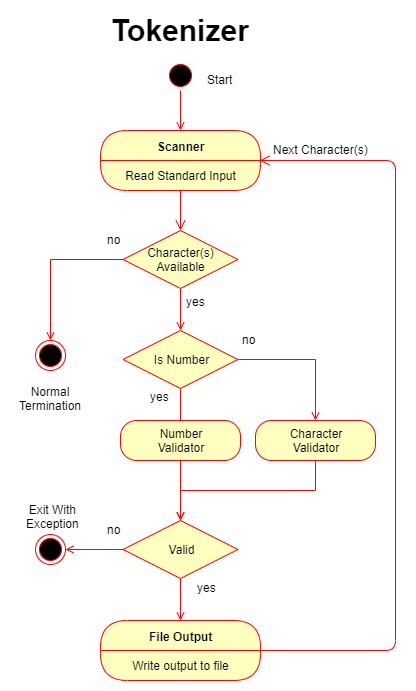
Above: Documentation/Tokenizer-Flow.png in Coperh/CalculatorProject (draw.io), before the change. Source tidied: cells renumbered, new cells last; positions are measured from the earlier drawing's top-left corner, leaving out a move shared by most shapes.
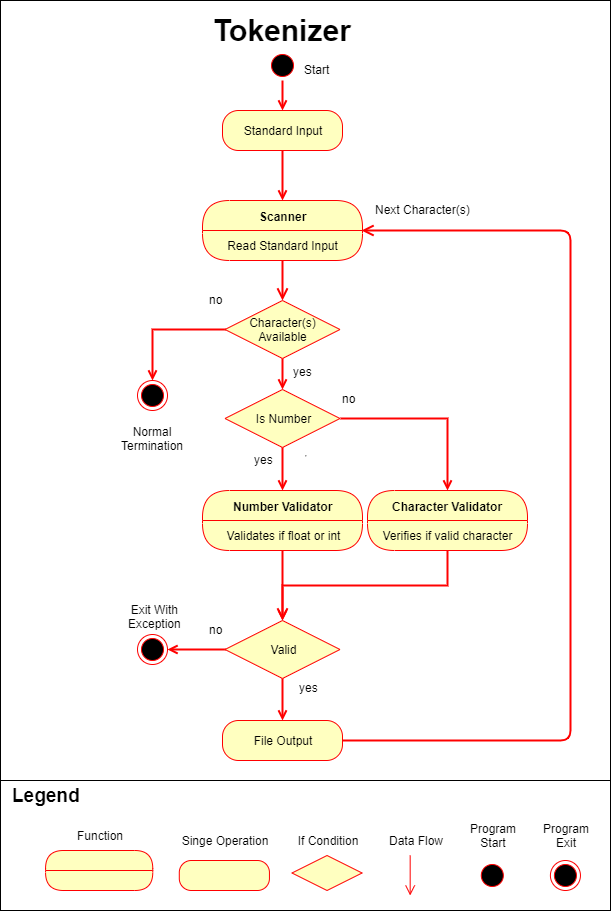
After the commit.

Commit message:
Updated Documentation Documentation now includes new diagrams, labeled diagrams and numbered pages. Requirements are now number and have been changed.

Change to the diagram source:
```diff
@@ -2,19 +2,22 @@
   <root>
     <mxCell id="0" />
     <mxCell id="1" parent="0" />
-    <mxCell id="2" style="edgeStyle=orthogonalEdgeStyle;rounded=0;jettySize=auto;html=1;exitX=0.5;exitY=1;exitDx=0;exitDy=0;entryX=0.5;entryY=0;entryDx=0;entryDy=0;startArrow=none;startFill=0;endArrow=open;endFill=0;strokeColor=#FF0000;" parent="1" edge="1" source="3" target="4">
-      <mxGeometry relative="1" as="geometry" />
-    </mxCell>
-    <mxCell id="3" style="ellipse;html=1;shape=startState;fillColor=#000000;strokeColor=#ff0000;" parent="1" vertex="1">
-      <mxGeometry x="155" y="50" width="30" height="30" as="geometry" />
-    </mxCell>
+    <mxCell id="35" value="&lt;hr&gt;" style="rounded=0;whiteSpace=wrap;html=1;" parent="1" vertex="1">
+      <mxGeometry x="-112" y="-50" width="610" height="910" as="geometry" />
+    </mxCell>
+    <mxCell id="36" style="edgeStyle=orthogonalEdgeStyle;rounded=0;jettySize=auto;html=1;exitX=0.5;exitY=1;exitDx=0;exitDy=0;strokeColor=#FF0000;strokeWidth=2;endArrow=open;endFill=0;" parent="1" edge="1" source="37" target="51">
+      <mxGeometry relative="1" as="geometry" />
+    </mxCell>
+    <mxCell id="37" style="ellipse;html=1;shape=startState;fillColor=#000000;strokeColor=#ff0000;" parent="1" vertex="1">
+      <mxGeometry x="155" width="30" height="30" as="geometry" />
+    </mxCell>
     <mxCell id="4" value="Scanner" style="swimlane;html=1;fontStyle=1;align=center;verticalAlign=middle;horizontal=1;startSize=30;fontColor=#000000;rounded=1;arcSize=30;strokeColor=#ff0000;fillColor=#ffffc0;swimlaneFillColor=#ffffc0;" parent="1" vertex="1">
-      <mxGeometry x="90" y="120" width="160" height="60" as="geometry" />
+      <mxGeometry x="90" y="150" width="160" height="60" as="geometry" />
     </mxCell>
     <mxCell id="5" value="Read Standard Input" style="text;html=1;strokeColor=none;fillColor=none;align=center;verticalAlign=middle;spacingLeft=4;spacingRight=4;whiteSpace=wrap;overflow=hidden;fontColor=#000000;" parent="4" vertex="1">
       <mxGeometry y="30" width="160" height="30" as="geometry" />
     </mxCell>
-    <mxCell id="6" style="edgeStyle=orthogonalEdgeStyle;rounded=0;jettySize=auto;html=1;exitX=0;exitY=0.5;exitDx=0;exitDy=0;startArrow=none;startFill=0;endArrow=open;endFill=0;strokeColor=#FF0000;entryX=0.5;entryY=0;entryDx=0;entryDy=0;" parent="1" edge="1" source="9" target="23">
+    <mxCell id="6" style="edgeStyle=orthogonalEdgeStyle;rounded=0;jettySize=auto;html=1;exitX=0;exitY=0.5;exitDx=0;exitDy=0;startArrow=none;startFill=0;endArrow=open;endFill=0;strokeColor=#FF0000;entryX=0.5;entryY=0;entryDx=0;entryDy=0;strokeWidth=2;" parent="1" edge="1" source="9" target="23">
       <mxGeometry relative="1" as="geometry" />
     </mxCell>
     <mxCell id="7" value="yes" style="text;html=1;align=center;verticalAlign=middle;labelBackgroundColor=#ffffff;" parent="6" vertex="1">
@@ -22,91 +25,154 @@
         <mxPoint x="96" y="38" as="offset" />
       </mxGeometry>
     </mxCell>
-    <mxCell id="8" style="edgeStyle=orthogonalEdgeStyle;rounded=0;jettySize=auto;html=1;exitX=0.5;exitY=1;exitDx=0;exitDy=0;entryX=0.5;entryY=0;entryDx=0;entryDy=0;startArrow=none;startFill=0;endArrow=open;endFill=0;strokeColor=#FF0000;" parent="1" edge="1" source="9" target="13">
+    <mxCell id="8" style="edgeStyle=orthogonalEdgeStyle;rounded=0;jettySize=auto;html=1;exitX=0.5;exitY=1;exitDx=0;exitDy=0;entryX=0.5;entryY=0;entryDx=0;entryDy=0;startArrow=none;startFill=0;endArrow=open;endFill=0;strokeColor=#FF0000;strokeWidth=2;" parent="1" edge="1" source="9" target="13">
       <mxGeometry relative="1" as="geometry" />
     </mxCell>
     <mxCell id="9" value="Character(s)&lt;br&gt;Available" style="rhombus;whiteSpace=wrap;html=1;fillColor=#ffffc0;strokeColor=#ff0000;" parent="1" vertex="1">
-      <mxGeometry x="112.5" y="220" width="115" height="58" as="geometry" />
+      <mxGeometry x="112.5" y="250" width="115" height="58" as="geometry" />
     </mxCell>
-    <mxCell id="10" style="edgeStyle=orthogonalEdgeStyle;html=1;verticalAlign=bottom;endArrow=open;endSize=8;strokeColor=#ff0000;exitX=0.5;exitY=1;exitDx=0;exitDy=0;" parent="1" edge="1" source="5" target="9">
+    <mxCell id="10" style="edgeStyle=orthogonalEdgeStyle;html=1;verticalAlign=bottom;endArrow=open;endSize=8;strokeColor=#ff0000;exitX=0.5;exitY=1;exitDx=0;exitDy=0;strokeWidth=2;" parent="1" edge="1" source="5" target="9">
       <mxGeometry relative="1" as="geometry" />
     </mxCell>
+    <mxCell id="38" style="edgeStyle=orthogonalEdgeStyle;rounded=0;jettySize=auto;html=1;exitX=0.5;exitY=1;exitDx=0;exitDy=0;entryX=0.5;entryY=0;entryDx=0;entryDy=0;strokeColor=#FF0000;strokeWidth=2;endArrow=open;endFill=0;" parent="1" edge="1" source="13" target="18">
+      <mxGeometry relative="1" as="geometry" />
+    </mxCell>
-    <mxCell id="11" style="edgeStyle=orthogonalEdgeStyle;rounded=0;jettySize=auto;html=1;exitX=1;exitY=0.5;exitDx=0;exitDy=0;startArrow=none;startFill=0;endArrow=open;endFill=0;strokeColor=#FF0000;entryX=0.5;entryY=0;entryDx=0;entryDy=0;" parent="1" edge="1" source="13" target="17">
+    <mxCell id="11" style="edgeStyle=orthogonalEdgeStyle;rounded=0;jettySize=auto;html=1;exitX=1;exitY=0.5;exitDx=0;exitDy=0;strokeColor=#FF0000;strokeWidth=2;endArrow=open;endFill=0;" parent="1" edge="1" source="13" target="17">
       <mxGeometry relative="1" as="geometry" />
     </mxCell>
-    <mxCell id="12" style="edgeStyle=orthogonalEdgeStyle;rounded=0;jettySize=auto;html=1;exitX=0.5;exitY=1;exitDx=0;exitDy=0;startArrow=none;startFill=0;endArrow=open;endFill=0;strokeColor=#FF0000;entryX=0.5;entryY=0;entryDx=0;entryDy=0;" parent="1" edge="1" source="13" target="21">
-      <mxGeometry relative="1" as="geometry" />
-    </mxCell>
     <mxCell id="13" value="Is Number" style="rhombus;whiteSpace=wrap;html=1;fillColor=#ffffc0;strokeColor=#ff0000;" parent="1" vertex="1">
-      <mxGeometry x="112.5" y="320" width="115" height="58" as="geometry" />
+      <mxGeometry x="112.5" y="339" width="115" height="58" as="geometry" />
     </mxCell>
-    <mxCell id="14" value="no" style="text;html=1;align=left;verticalAlign=top;spacingTop=-4;" parent="1" vertex="1">
-      <mxGeometry x="95" y="220" width="30" height="20" as="geometry" />
-    </mxCell>
-    <mxCell id="15" value="yes" style="text;html=1;align=left;verticalAlign=top;spacingTop=-4;" parent="1" vertex="1">
-      <mxGeometry x="138" y="377" width="30" height="20" as="geometry" />
-    </mxCell>
-    <mxCell id="16" style="edgeStyle=orthogonalEdgeStyle;rounded=0;jettySize=auto;html=1;exitX=0.5;exitY=1;exitDx=0;exitDy=0;entryX=0.5;entryY=0;entryDx=0;entryDy=0;startArrow=none;startFill=0;endArrow=open;endFill=0;strokeColor=#FF0000;" parent="1" edge="1" source="17" target="21">
-      <mxGeometry relative="1" as="geometry" />
-    </mxCell>
-    <mxCell id="17" value="Character&lt;br&gt;Validator" style="rounded=1;whiteSpace=wrap;html=1;arcSize=40;fontColor=#000000;fillColor=#ffffc0;strokeColor=#ff0000;" parent="1" vertex="1">
-      <mxGeometry x="245" y="410" width="120" height="40" as="geometry" />
-    </mxCell>
-    <mxCell id="18" value="Number&lt;br&gt;Validator" style="rounded=1;whiteSpace=wrap;html=1;arcSize=40;fontColor=#000000;fillColor=#ffffc0;strokeColor=#ff0000;" parent="1" vertex="1">
-      <mxGeometry x="110" y="410" width="120" height="40" as="geometry" />
-    </mxCell>
-    <mxCell id="19" style="edgeStyle=orthogonalEdgeStyle;rounded=0;jettySize=auto;html=1;exitX=0;exitY=0.5;exitDx=0;exitDy=0;startArrow=none;startFill=0;endArrow=open;endFill=0;strokeColor=#FF0000;entryX=1;entryY=0.5;entryDx=0;entryDy=0;" parent="1" edge="1" source="21" target="24">
-      <mxGeometry relative="1" as="geometry" />
-    </mxCell>
+    <mxCell id="39" value="no" style="text;html=1;align=left;verticalAlign=top;spacingTop=-4;" parent="1" vertex="1">
+      <mxGeometry x="95" y="240" width="30" height="20" as="geometry" />
+    </mxCell>
+    <mxCell id="40" value="yes" style="text;html=1;align=left;verticalAlign=top;spacingTop=-4;" parent="1" vertex="1">
+      <mxGeometry x="140" y="400" width="30" height="20" as="geometry" />
+    </mxCell>
+    <mxCell id="41" style="edgeStyle=orthogonalEdgeStyle;rounded=0;jettySize=auto;html=1;exitX=0;exitY=0.5;exitDx=0;exitDy=0;startArrow=none;startFill=0;endArrow=open;endFill=0;strokeColor=#FF0000;entryX=1;entryY=0.5;entryDx=0;entryDy=0;strokeWidth=2;" parent="1" edge="1" source="21" target="43">
+      <mxGeometry relative="1" as="geometry" />
+    </mxCell>
-    <mxCell id="20" style="edgeStyle=orthogonalEdgeStyle;rounded=0;jettySize=auto;html=1;exitX=0.5;exitY=1;exitDx=0;exitDy=0;entryX=0.5;entryY=0;entryDx=0;entryDy=0;startArrow=none;startFill=0;endArrow=open;endFill=0;strokeColor=#FF0000;" parent="1" edge="1" source="21" target="25">
+    <mxCell id="20" style="edgeStyle=orthogonalEdgeStyle;rounded=0;jettySize=auto;html=1;exitX=0.5;exitY=1;exitDx=0;exitDy=0;entryX=0.5;entryY=0;entryDx=0;entryDy=0;startArrow=none;startFill=0;endArrow=open;endFill=0;strokeColor=#FF0000;strokeWidth=2;" parent="1" edge="1" source="21" target="25">
       <mxGeometry relative="1" as="geometry" />
     </mxCell>
     <mxCell id="21" value="Valid" style="rhombus;whiteSpace=wrap;html=1;fillColor=#ffffc0;strokeColor=#ff0000;" parent="1" vertex="1">
-      <mxGeometry x="112.5" y="510" width="115" height="58" as="geometry" />
+      <mxGeometry x="112.5" y="570" width="115" height="58" as="geometry" />
     </mxCell>
-    <mxCell id="22" value="yes" style="text;html=1;align=left;verticalAlign=top;spacingTop=-4;" parent="1" vertex="1">
-      <mxGeometry x="185" y="568" width="30" height="20" as="geometry" />
-    </mxCell>
+    <mxCell id="42" value="yes" style="text;html=1;align=left;verticalAlign=top;spacingTop=-4;" parent="1" vertex="1">
+      <mxGeometry x="185" y="628" width="30" height="20" as="geometry" />
+    </mxCell>
     <mxCell id="23" style="ellipse;html=1;shape=endState;fillColor=#000000;strokeColor=#ff0000;" parent="1" vertex="1">
       <mxGeometry x="25" y="330" width="30" height="30" as="geometry" />
     </mxCell>
-    <mxCell id="24" style="ellipse;html=1;shape=endState;fillColor=#000000;strokeColor=#ff0000;" parent="1" vertex="1">
-      <mxGeometry x="25" y="524" width="30" height="30" as="geometry" />
-    </mxCell>
-    <mxCell id="25" value="File Output" style="swimlane;html=1;fontStyle=1;align=center;verticalAlign=middle;horizontal=1;startSize=30;fontColor=#000000;rounded=1;arcSize=30;strokeColor=#ff0000;fillColor=#ffffc0;swimlaneFillColor=#ffffc0;" parent="1" vertex="1">
-      <mxGeometry x="90" y="610" width="160" height="60" as="geometry" />
-    </mxCell>
-    <mxCell id="26" value="Write output to file" style="text;html=1;strokeColor=none;fillColor=none;align=center;verticalAlign=middle;spacingLeft=4;spacingRight=4;whiteSpace=wrap;overflow=hidden;fontColor=#000000;" parent="25" vertex="1">
-      <mxGeometry y="30" width="160" height="30" as="geometry" />
-    </mxCell>
+    <mxCell id="43" style="ellipse;html=1;shape=endState;fillColor=#000000;strokeColor=#ff0000;" parent="1" vertex="1">
+      <mxGeometry x="25" y="584" width="30" height="30" as="geometry" />
+    </mxCell>
-    <mxCell id="27" style="edgeStyle=orthogonalEdgeStyle;html=1;verticalAlign=bottom;endArrow=open;endSize=8;strokeColor=#ff0000;entryX=0.994;entryY=0;entryDx=0;entryDy=0;entryPerimeter=0;" parent="1" edge="1" source="25" target="5">
+    <mxCell id="27" style="edgeStyle=orthogonalEdgeStyle;html=1;verticalAlign=bottom;endArrow=open;endSize=8;strokeColor=#ff0000;entryX=0.994;entryY=0;entryDx=0;entryDy=0;entryPerimeter=0;exitX=1;exitY=0.5;exitDx=0;exitDy=0;strokeWidth=2;" parent="1" edge="1" source="25" target="5">
       <mxGeometry relative="1" as="geometry">
         <Array as="points">
-          <mxPoint x="385" y="640" />
-          <mxPoint x="385" y="150" />
+          <mxPoint x="458" y="690" />
+          <mxPoint x="458" y="180" />
         </Array>
       </mxGeometry>
     </mxCell>
-    <mxCell id="28" value="no" style="text;html=1;align=left;verticalAlign=top;spacingTop=-4;" parent="1" vertex="1">
-      <mxGeometry x="95" y="510" width="30" height="20" as="geometry" />
-    </mxCell>
+    <mxCell id="44" value="no" style="text;html=1;align=left;verticalAlign=top;spacingTop=-4;" parent="1" vertex="1">
+      <mxGeometry x="95" y="570" width="30" height="20" as="geometry" />
+    </mxCell>
     <mxCell id="29" value="Exit With&lt;br&gt;Exception" style="text;html=1;align=center;verticalAlign=top;spacingTop=-4;" parent="1" vertex="1">
-      <mxGeometry x="7" y="490" width="70" height="30" as="geometry" />
+      <mxGeometry x="7" y="550" width="70" height="30" as="geometry" />
     </mxCell>
     <mxCell id="30" value="Normal&lt;br&gt;Termination&lt;br&gt;" style="text;html=1;align=center;verticalAlign=top;spacingTop=-4;" parent="1" vertex="1">
       <mxGeometry y="372" width="80" height="30" as="geometry" />
     </mxCell>
     <mxCell id="31" value="Start" style="text;html=1;align=left;verticalAlign=top;spacingTop=-4;" parent="1" vertex="1">
-      <mxGeometry x="195" y="60" width="40" height="20" as="geometry" />
+      <mxGeometry x="190" y="10" width="40" height="20" as="geometry" />
     </mxCell>
     <mxCell id="32" value="&lt;b&gt;Tokenizer&lt;/b&gt;" style="text;html=1;align=center;verticalAlign=top;spacingTop=-4;fontSize=30;" parent="1" vertex="1">
-      <mxGeometry x="95" width="150" height="40" as="geometry" />
+      <mxGeometry x="95" y="-40" width="150" height="40" as="geometry" />
     </mxCell>
-    <mxCell id="33" value="no" style="text;html=1;align=left;verticalAlign=top;spacingTop=-4;" parent="1" vertex="1">
-      <mxGeometry x="230" y="320" width="30" height="20" as="geometry" />
-    </mxCell>
+    <mxCell id="45" value="no" style="text;html=1;align=left;verticalAlign=top;spacingTop=-4;" parent="1" vertex="1">
+      <mxGeometry x="227.5" y="339" width="30" height="20" as="geometry" />
+    </mxCell>
     <mxCell id="34" value="Next Character(s)" style="text;html=1;align=center;verticalAlign=top;spacingTop=-4;" parent="1" vertex="1">
-      <mxGeometry x="255" y="130" width="110" height="20" as="geometry" />
+      <mxGeometry x="255" y="150" width="110" height="20" as="geometry" />
     </mxCell>
+    <mxCell id="18" value="Number Validator" style="swimlane;html=1;fontStyle=1;align=center;verticalAlign=middle;horizontal=1;startSize=30;fontColor=#000000;rounded=1;arcSize=30;strokeColor=#ff0000;fillColor=#ffffc0;swimlaneFillColor=#ffffc0;" parent="1" vertex="1">
+      <mxGeometry x="90" y="440" width="160" height="60" as="geometry" />
+    </mxCell>
+    <mxCell id="46" value="Validates if float or int" style="text;html=1;strokeColor=none;fillColor=none;align=center;verticalAlign=middle;spacingLeft=4;spacingRight=4;whiteSpace=wrap;overflow=hidden;fontColor=#000000;" parent="18" vertex="1">
+      <mxGeometry y="30" width="160" height="30" as="geometry" />
+    </mxCell>
+    <mxCell id="47" style="edgeStyle=orthogonalEdgeStyle;html=1;verticalAlign=bottom;endArrow=open;endSize=8;strokeColor=#ff0000;entryX=0.5;entryY=0;entryDx=0;entryDy=0;strokeWidth=2;endFill=0;" parent="1" edge="1" source="18" target="21">
+      <mxGeometry relative="1" as="geometry" />
+    </mxCell>
+    <mxCell id="17" value="Character Validator" style="swimlane;html=1;fontStyle=1;align=center;verticalAlign=middle;horizontal=1;startSize=30;fontColor=#000000;rounded=1;arcSize=30;strokeColor=#ff0000;fillColor=#ffffc0;swimlaneFillColor=#ffffc0;" parent="1" vertex="1">
+      <mxGeometry x="255" y="440" width="160" height="60" as="geometry" />
+    </mxCell>
+    <mxCell id="48" value="Verifies if valid character" style="text;html=1;strokeColor=none;fillColor=none;align=center;verticalAlign=middle;spacingLeft=4;spacingRight=4;whiteSpace=wrap;overflow=hidden;fontColor=#000000;" parent="17" vertex="1">
+      <mxGeometry y="30" width="160" height="30" as="geometry" />
+    </mxCell>
+    <mxCell id="25" value="File Output" style="rounded=1;whiteSpace=wrap;html=1;arcSize=40;fontColor=#000000;fillColor=#ffffc0;strokeColor=#ff0000;" parent="1" vertex="1">
+      <mxGeometry x="110" y="670" width="120" height="40" as="geometry" />
+    </mxCell>
+    <mxCell id="49" style="edgeStyle=orthogonalEdgeStyle;rounded=0;jettySize=auto;html=1;exitX=0.5;exitY=1;exitDx=0;exitDy=0;strokeColor=#FF0000;strokeWidth=2;endArrow=open;endFill=0;" parent="1" edge="1" source="48" target="21">
+      <mxGeometry relative="1" as="geometry" />
+    </mxCell>
+    <mxCell id="50" style="edgeStyle=orthogonalEdgeStyle;rounded=0;jettySize=auto;html=1;exitX=0.5;exitY=1;exitDx=0;exitDy=0;entryX=0.5;entryY=0;entryDx=0;entryDy=0;strokeColor=#FF0000;strokeWidth=2;endArrow=open;endFill=0;" parent="1" edge="1" source="51" target="4">
+      <mxGeometry relative="1" as="geometry" />
+    </mxCell>
+    <mxCell id="51" value="Standard Input" style="rounded=1;whiteSpace=wrap;html=1;arcSize=40;fontColor=#000000;fillColor=#ffffc0;strokeColor=#ff0000;" parent="1" vertex="1">
+      <mxGeometry x="110" y="60" width="120" height="40" as="geometry" />
+    </mxCell>
+    <mxCell id="52" style="group;" parent="1" vertex="1">
+      <mxGeometry x="-112" y="730" width="600" height="130" as="geometry" />
+    </mxCell>
+    <mxCell id="53" style="group;strokeColor=none;" parent="52" vertex="1">
+      <mxGeometry width="610" height="130" as="geometry" />
+    </mxCell>
+    <mxCell id="54" style="rounded=0;whiteSpace=wrap;html=1;" parent="53" vertex="1">
+      <mxGeometry width="610" height="130" as="geometry" />
+    </mxCell>
+    <mxCell id="55" style="swimlane;html=1;fontStyle=1;align=center;verticalAlign=middle;horizontal=1;startSize=20;fontColor=#000000;rounded=1;arcSize=30;strokeColor=#ff0000;fillColor=#ffffc0;swimlaneFillColor=#ffffc0;" parent="53" vertex="1">
+      <mxGeometry x="45.1" y="70" width="107.2" height="40" as="geometry" />
+    </mxCell>
+    <mxCell id="56" style="ellipse;html=1;shape=endState;fillColor=#000000;strokeColor=#ff0000;" parent="53" vertex="1">
+      <mxGeometry x="549.9" y="80" width="30" height="30" as="geometry" />
+    </mxCell>
+    <mxCell id="57" style="ellipse;html=1;shape=startState;fillColor=#000000;strokeColor=#ff0000;" parent="53" vertex="1">
+      <mxGeometry x="476.8" y="80" width="30" height="30" as="geometry" />
+    </mxCell>
+    <mxCell id="58" style="rounded=1;whiteSpace=wrap;html=1;arcSize=40;fontColor=#000000;fillColor=#ffffc0;strokeColor=#ff0000;" parent="53" vertex="1">
+      <mxGeometry x="178.8" y="80" width="90.1" height="30" as="geometry" />
+    </mxCell>
+    <mxCell id="59" style="rhombus;whiteSpace=wrap;html=1;fillColor=#ffffc0;strokeColor=#ff0000;" parent="53" vertex="1">
+      <mxGeometry x="291.5" y="75" width="70.1" height="35" as="geometry" />
+    </mxCell>
+    <mxCell id="60" style="edgeStyle=orthogonalEdgeStyle;html=1;verticalAlign=bottom;endArrow=open;endSize=8;strokeColor=#ff0000;" parent="53" edge="1">
+      <mxGeometry relative="1" as="geometry">
+        <mxPoint x="409.7" y="75" as="sourcePoint" />
+        <mxPoint x="409.7" y="115" as="targetPoint" />
+      </mxGeometry>
+    </mxCell>
+    <mxCell id="61" value="&lt;b&gt;&lt;font style=&quot;font-size: 19px&quot;&gt;Legend&lt;/font&gt;&lt;/b&gt;" style="text;html=1;strokeColor=none;fillColor=none;align=left;verticalAlign=middle;whiteSpace=wrap;rounded=0;" parent="53" vertex="1">
+      <mxGeometry x="9.5" width="169.3" height="30" as="geometry" />
+    </mxCell>
+    <mxCell id="62" value="Function" style="text;html=1;strokeColor=none;fillColor=none;align=center;verticalAlign=middle;whiteSpace=wrap;rounded=0;" parent="53" vertex="1">
+      <mxGeometry x="53.6" y="45" width="90.1" height="20" as="geometry" />
+    </mxCell>
+    <mxCell id="63" value="Singe Operation" style="text;html=1;strokeColor=none;fillColor=none;align=center;verticalAlign=middle;whiteSpace=wrap;rounded=0;" parent="53" vertex="1">
+      <mxGeometry x="178.8" y="50" width="90.1" height="20" as="geometry" />
+    </mxCell>
+    <mxCell id="64" value="If Condition" style="text;html=1;strokeColor=none;fillColor=none;align=center;verticalAlign=middle;whiteSpace=wrap;rounded=0;" parent="53" vertex="1">
+      <mxGeometry x="281.5" y="50" width="90.1" height="20" as="geometry" />
+    </mxCell>
+    <mxCell id="65" value="Data Flow" style="text;html=1;strokeColor=none;fillColor=none;align=center;verticalAlign=middle;whiteSpace=wrap;rounded=0;" parent="53" vertex="1">
+      <mxGeometry x="377.6" y="50" width="74.1" height="20" as="geometry" />
+    </mxCell>
+    <mxCell id="66" value="Program&lt;br&gt;Start" style="text;html=1;strokeColor=none;fillColor=none;align=center;verticalAlign=middle;whiteSpace=wrap;rounded=0;" parent="53" vertex="1">
+      <mxGeometry x="454.7" y="40" width="74.1" height="30" as="geometry" />
+    </mxCell>
+    <mxCell id="67" value="Program&lt;br&gt;Exit" style="text;html=1;strokeColor=none;fillColor=none;align=center;verticalAlign=middle;whiteSpace=wrap;rounded=0;" parent="53" vertex="1">
+      <mxGeometry x="527.9" y="40" width="74.1" height="30" as="geometry" />
+    </mxCell>
   </root>
 </mxGraphModel>
```
